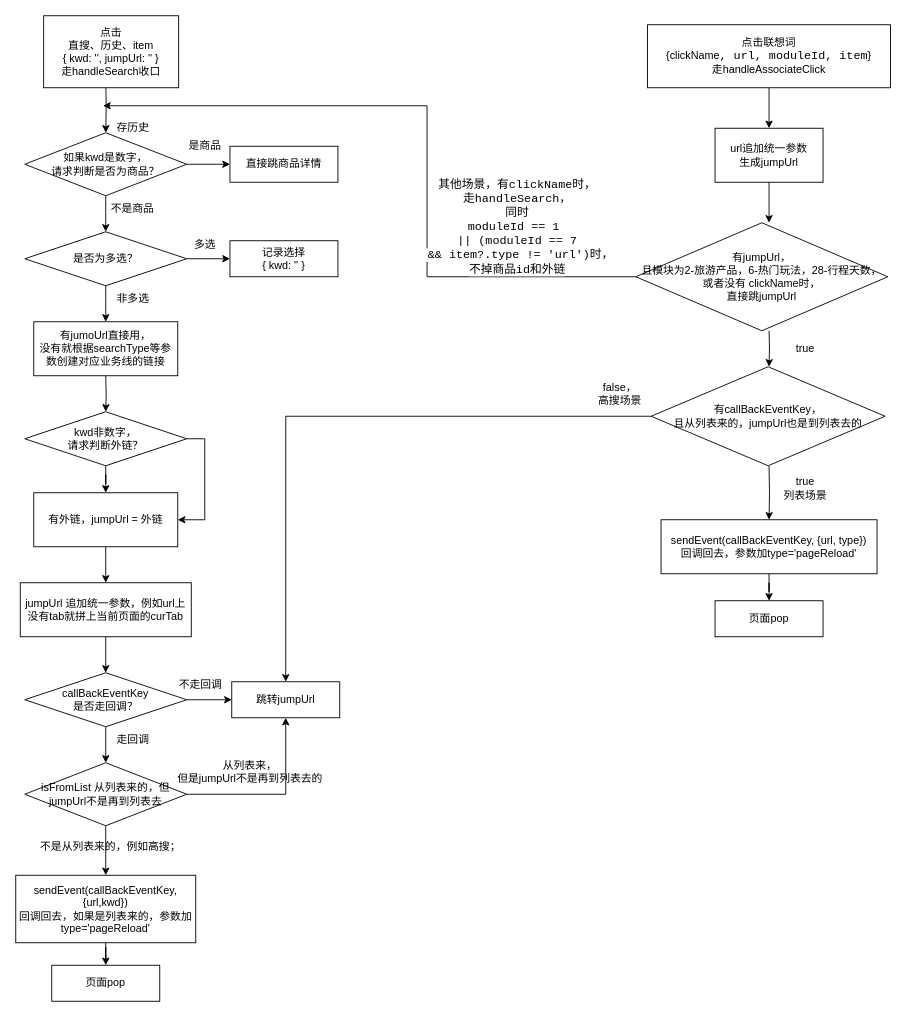
danxiang/cacheFile keeps this draw.io diagram as drawio/test.drawio. Above is the earlier version. Source tidied: cells renumbered, new cells numbered last; positions are measured from the earlier drawing's top-left corner, leaving out a move shared by most shapes. Both pictures are drawn from the tidied source at 90%, with x=0, y=0 at pixel (15, 15).
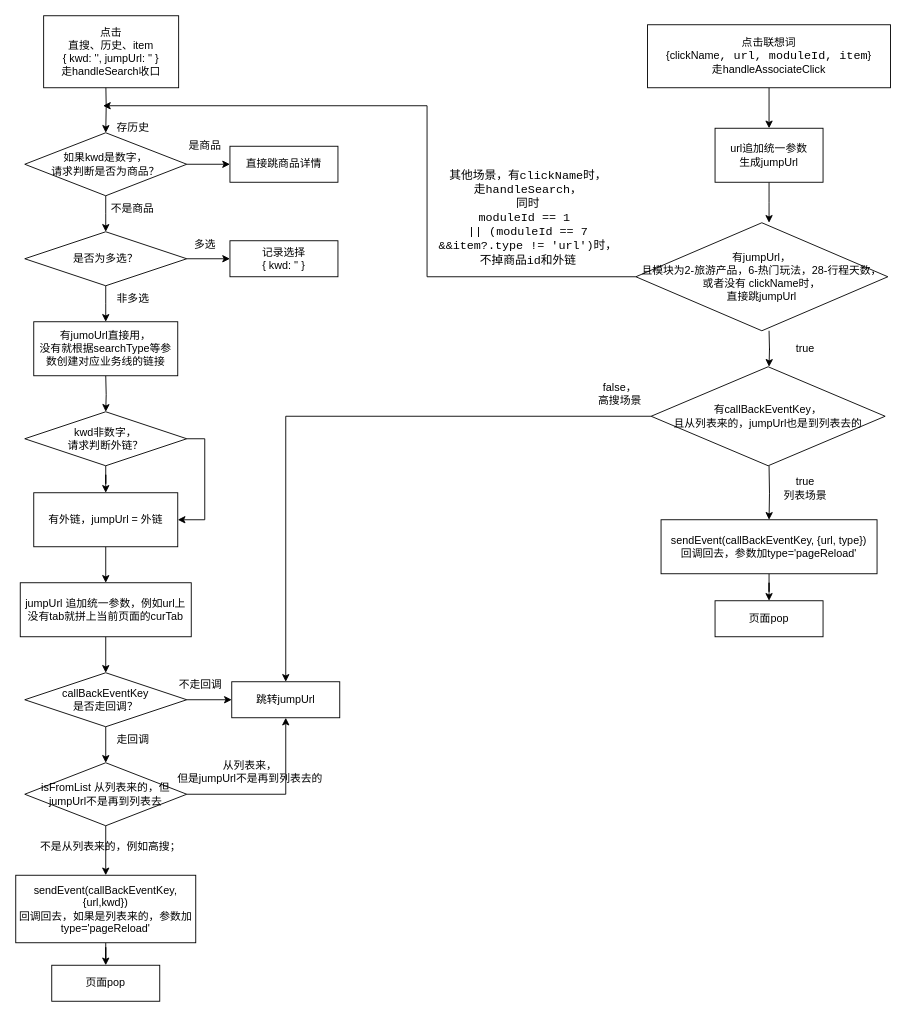
After the change.

Change to the diagram source:
```diff
@@
-    <mxCell id="56" value="&lt;p style=&quot;font-family: &amp;quot;JetBrains Mono&amp;quot;, monospace; font-size: 9.8pt;&quot;&gt;&lt;span style=&quot;background-color: rgb(255, 255, 255);&quot;&gt;其他场景，有clickName时，&lt;br&gt;&lt;/span&gt;&lt;span style=&quot;background-color: rgb(255, 255, 255);&quot;&gt;走handleSearch，&lt;br&gt;&lt;/span&gt;&lt;span style=&quot;background-color: rgb(255, 255, 255);&quot;&gt;同时&lt;br&gt;&lt;/span&gt;&lt;span style=&quot;background-color: rgb(255, 255, 255);&quot;&gt;moduleId == 1&amp;nbsp;&lt;br&gt;&lt;/span&gt;&lt;span style=&quot;background-color: rgb(255, 255, 255); font-size: 9.8pt;&quot;&gt;|| (moduleId == 7&lt;br&gt;&lt;/span&gt;&lt;span style=&quot;background-color: rgb(255, 255, 255); font-size: 9.8pt;&quot;&gt;&amp;nbsp;&amp;amp;&amp;amp; item?.type != 'url')时，&lt;br&gt;&lt;/span&gt;&lt;span style=&quot;background-color: rgb(255, 255, 255); font-size: 9.8pt;&quot;&gt;不掉商品id和外链&lt;/span&gt;&lt;/p&gt;" style="text;html=1;align=center;verticalAlign=middle;strokeColor=none;fillColor=none;" parent="1" vertex="1">
-      <mxGeometry x="437" y="160" width="240" height="150" as="geometry" />
+    <mxCell id="56" value="&lt;p style=&quot;font-family: &amp;quot;JetBrains Mono&amp;quot;, monospace; font-size: 9.8pt;&quot;&gt;&lt;span style=&quot;background-color: rgb(255, 255, 255);&quot;&gt;其他场景，有clickName时，&lt;br&gt;&lt;/span&gt;&lt;span style=&quot;background-color: rgb(255, 255, 255);&quot;&gt;走handleSearch，&lt;br&gt;&lt;/span&gt;&lt;span style=&quot;background-color: rgb(255, 255, 255);&quot;&gt;同时&lt;br&gt;&lt;/span&gt;&lt;span style=&quot;background-color: rgb(255, 255, 255);&quot;&gt;moduleId == 1&amp;nbsp;&lt;br&gt;&lt;/span&gt;&lt;span style=&quot;background-color: rgb(255, 255, 255); font-size: 9.8pt;&quot;&gt;|| (moduleId == 7&lt;br&gt;&lt;/span&gt;&lt;span style=&quot;background-color: rgb(255, 255, 255); font-size: 9.8pt;&quot;&gt;&amp;amp;&amp;amp;item?.type != 'url')时，&lt;br&gt;&lt;/span&gt;&lt;span style=&quot;background-color: rgb(255, 255, 255); font-size: 9.8pt;&quot;&gt;不掉商品id和外链&lt;/span&gt;&lt;/p&gt;" style="text;html=1;align=center;verticalAlign=middle;strokeColor=none;fillColor=none;" parent="1" vertex="1">
+      <mxGeometry x="459" y="150" width="220" height="150" as="geometry" />
     </mxCell>
```
